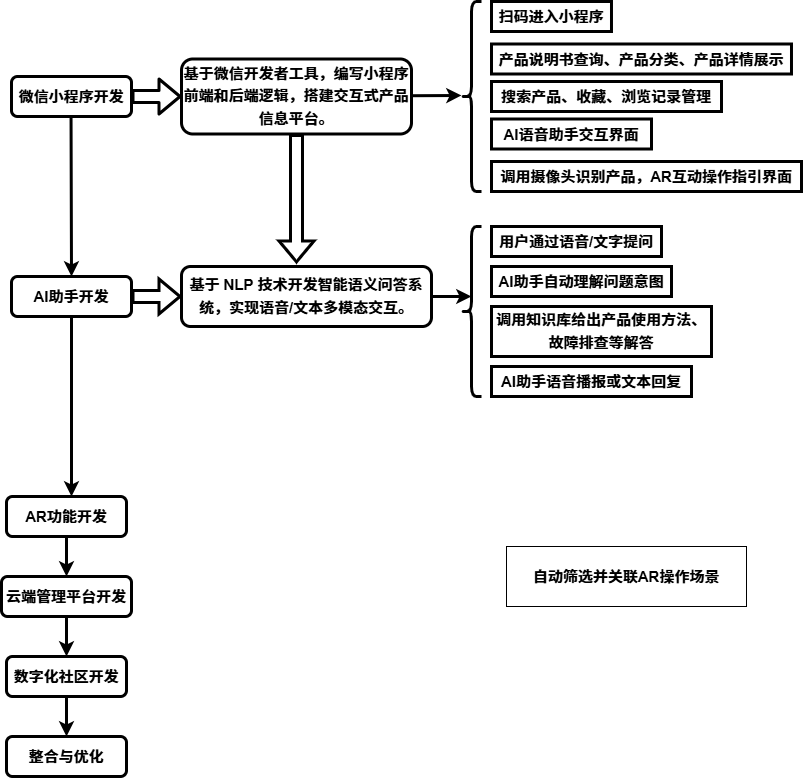
This is 技术路线图.png from lpy817/-AI-, a draw.io export, as it was before one commit. Source tidied: cells renumbered, new cells last; positions are measured from the earlier drawing's top-left corner, leaving out a move shared by most shapes.
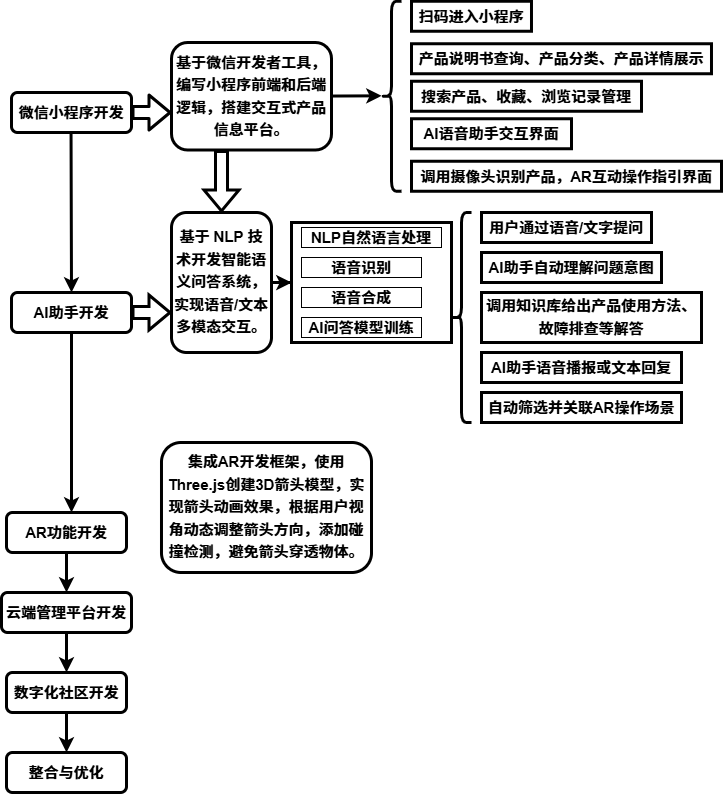
The same diagram one commit later.

Commit message:
更新技术路线图.png

The edit, as a diff of the source:
```diff
@@ -51,72 +51,89 @@
       <mxGeometry x="5" y="735" width="120" height="40" as="geometry" />
     </mxCell>
     <mxCell id="14" value="&lt;b&gt;&lt;font style=&quot;font-size: 15px; line-height: 150%;&quot;&gt;基于微信开发者工具，编写小程序前端和后端逻辑，搭建交互式产品信息平台。&lt;/font&gt;&lt;/b&gt;" style="rounded=1;whiteSpace=wrap;html=1;strokeWidth=3;labelBackgroundColor=none;" parent="1" vertex="1">
-      <mxGeometry x="180" y="57.5" width="230" height="75" as="geometry" />
+      <mxGeometry x="170" y="25" width="160" height="107.5" as="geometry" />
     </mxCell>
     <mxCell id="15" style="shape=curlyBracket;whiteSpace=wrap;html=1;rounded=1;labelPosition=left;verticalLabelPosition=middle;align=right;verticalAlign=middle;strokeWidth=3;labelBackgroundColor=none;" parent="1" vertex="1">
-      <mxGeometry x="460" width="20" height="190" as="geometry" />
+      <mxGeometry x="380" y="-16.2" width="20" height="190" as="geometry" />
     </mxCell>
     <mxCell id="16" style="shape=flexArrow;endArrow=classic;html=1;rounded=1;exitX=1;exitY=0.5;exitDx=0;exitDy=0;strokeWidth=3;labelBackgroundColor=none;fontColor=default;" parent="1" edge="1" source="2">
       <mxGeometry relative="1" as="geometry">
-        <mxPoint x="180" y="95" as="targetPoint" />
+        <mxPoint x="170" y="95" as="targetPoint" />
       </mxGeometry>
     </mxCell>
     <mxCell id="17" style="endArrow=classic;html=1;rounded=1;exitX=1;exitY=0.5;exitDx=0;exitDy=0;strokeWidth=3;labelBackgroundColor=none;fontColor=default;" parent="1" edge="1">
       <mxGeometry relative="1" as="geometry">
-        <mxPoint x="410" y="94.2" as="sourcePoint" />
-        <mxPoint x="460" y="94" as="targetPoint" />
+        <mxPoint x="330" y="78.5" as="sourcePoint" />
+        <mxPoint x="380" y="78.3" as="targetPoint" />
       </mxGeometry>
     </mxCell>
     <mxCell id="18" value="&lt;font style=&quot;font-size: 15px;&quot;&gt;&lt;b&gt;扫码进入小程序&lt;/b&gt;&lt;/font&gt;" style="whiteSpace=wrap;html=1;fillColor=none;strokeColor=default;strokeWidth=3;" parent="1" vertex="1">
-      <mxGeometry x="490" width="120" height="30" as="geometry" />
+      <mxGeometry x="410" y="-16.2" width="120" height="30" as="geometry" />
     </mxCell>
     <mxCell id="19" value="&lt;b&gt;&lt;font style=&quot;font-size: 15px;&quot;&gt;产品说明书查询、产品分类、产品详情展示&lt;/font&gt;&lt;/b&gt;" style="whiteSpace=wrap;html=1;fillColor=none;strokeColor=default;strokeWidth=3;" parent="1" vertex="1">
-      <mxGeometry x="490" y="42.5" width="300" height="30" as="geometry" />
+      <mxGeometry x="410" y="26.2" width="300" height="30" as="geometry" />
     </mxCell>
     <mxCell id="20" value="&lt;b&gt;&lt;font style=&quot;font-size: 15px;&quot;&gt;搜索产品、收藏、浏览记录管理&lt;/font&gt;&lt;/b&gt;" style="whiteSpace=wrap;html=1;fillColor=none;strokeColor=default;strokeWidth=3;" parent="1" vertex="1">
-      <mxGeometry x="490" y="80" width="230" height="30" as="geometry" />
+      <mxGeometry x="410" y="63.8" width="230" height="30" as="geometry" />
     </mxCell>
     <mxCell id="21" value="&lt;b&gt;&lt;font style=&quot;font-size: 15px;&quot;&gt;AI语音助手交互界面&lt;/font&gt;&lt;/b&gt;" style="whiteSpace=wrap;html=1;fillColor=none;strokeColor=default;strokeWidth=3;" parent="1" vertex="1">
-      <mxGeometry x="490" y="117.5" width="160" height="30" as="geometry" />
+      <mxGeometry x="410" y="101.2" width="160" height="30" as="geometry" />
     </mxCell>
     <mxCell id="22" value="&lt;b&gt;&lt;font style=&quot;font-size: 15px;&quot;&gt;调用摄像头识别产品，AR互动操作指引界面&lt;/font&gt;&lt;/b&gt;" style="whiteSpace=wrap;html=1;fillColor=none;strokeColor=default;strokeWidth=3;" parent="1" vertex="1">
-      <mxGeometry x="490" y="160" width="310" height="30" as="geometry" />
+      <mxGeometry x="410" y="143.8" width="310" height="30" as="geometry" />
     </mxCell>
     <mxCell id="23" style="shape=flexArrow;endArrow=classic;html=1;rounded=0;exitX=1;exitY=0.5;exitDx=0;exitDy=0;strokeWidth=3;" parent="1" edge="1" source="5">
       <mxGeometry relative="1" as="geometry">
-        <mxPoint x="180" y="295" as="targetPoint" />
+        <mxPoint x="170" y="295" as="targetPoint" />
       </mxGeometry>
     </mxCell>
+    <mxCell id="33" style="edgeStyle=orthogonalEdgeStyle;rounded=0;jettySize=auto;html=1;fontFamily=Helvetica;fontSize=15;fontColor=default;fontStyle=1;strokeWidth=3;" parent="1" edge="1" source="24" target="38">
+      <mxGeometry relative="1" as="geometry" />
+    </mxCell>
     <mxCell id="24" value="&lt;b&gt;&lt;font style=&quot;font-size: 15px; line-height: 150%;&quot;&gt;基于 NLP 技术开发智能语义问答系统，实现语音/文本多模态交互。&lt;/font&gt;&lt;/b&gt;" style="rounded=1;whiteSpace=wrap;html=1;strokeWidth=3;" parent="1" vertex="1">
-      <mxGeometry x="180" y="265" width="250" height="60" as="geometry" />
+      <mxGeometry x="170" y="195" width="100" height="140" as="geometry" />
     </mxCell>
-    <mxCell id="25" style="shape=flexArrow;endArrow=classic;html=1;rounded=0;exitX=0.5;exitY=1;exitDx=0;exitDy=0;strokeWidth=3;" parent="1" edge="1" source="14">
+    <mxCell id="25" style="shape=flexArrow;endArrow=classic;html=1;rounded=0;exitX=0.5;exitY=1;exitDx=0;exitDy=0;strokeWidth=3;" parent="1" edge="1">
       <mxGeometry relative="1" as="geometry">
-        <mxPoint x="295" y="262" as="targetPoint" />
+        <mxPoint x="220" y="132.5" as="sourcePoint" />
+        <mxPoint x="220" y="195" as="targetPoint" />
       </mxGeometry>
     </mxCell>
-    <mxCell id="26" style="endArrow=classic;html=1;rounded=0;exitX=1;exitY=0.5;exitDx=0;exitDy=0;strokeWidth=3;" parent="1" edge="1" source="24">
-      <mxGeometry relative="1" as="geometry">
-        <mxPoint x="470" y="295" as="targetPoint" />
-      </mxGeometry>
-    </mxCell>
     <mxCell id="27" value="用户通过语音/文字提问" style="whiteSpace=wrap;html=1;fontStyle=1;fontSize=15;fillColor=none;strokeColor=default;strokeWidth=3;" parent="1" vertex="1">
-      <mxGeometry x="490" y="225" width="170" height="30" as="geometry" />
+      <mxGeometry x="480" y="195" width="170" height="30" as="geometry" />
     </mxCell>
     <mxCell id="28" value="AI助手自动理解问题意图" style="whiteSpace=wrap;html=1;direction=west;fontSize=15;fontStyle=1;fillColor=none;strokeColor=default;strokeWidth=3;" parent="1" vertex="1">
-      <mxGeometry x="490" y="265" width="180" height="30" as="geometry" />
+      <mxGeometry x="480" y="235" width="180" height="30" as="geometry" />
     </mxCell>
     <mxCell id="29" value="&lt;div style=&quot;line-height: 150%;&quot;&gt;调用知识库给出产品使用方法、故障排查等解答&lt;/div&gt;" style="whiteSpace=wrap;html=1;fontStyle=1;fontSize=15;fillColor=none;strokeColor=default;strokeWidth=3;" parent="1" vertex="1">
-      <mxGeometry x="490" y="305" width="220" height="50" as="geometry" />
+      <mxGeometry x="480" y="275" width="220" height="50" as="geometry" />
     </mxCell>
     <mxCell id="30" value="&lt;br&gt;AI助手语音播报或文本回复&lt;div&gt;&lt;br&gt;&lt;/div&gt;" style="whiteSpace=wrap;html=1;fontStyle=1;fontSize=15;fillColor=none;strokeColor=default;strokeWidth=3;align=center;" parent="1" vertex="1">
-      <mxGeometry x="490" y="365" width="200" height="30" as="geometry" />
+      <mxGeometry x="480" y="335" width="200" height="30" as="geometry" />
     </mxCell>
-    <mxCell id="31" value="&lt;b&gt;&lt;font style=&quot;font-size: 15px;&quot;&gt;自动筛选并关联AR操作场景&lt;/font&gt;&lt;/b&gt;" style="whiteSpace=wrap;html=1;" parent="1" vertex="1">
-      <mxGeometry x="505" y="545" width="240" height="60" as="geometry" />
+    <mxCell id="31" value="&lt;b&gt;&lt;font style=&quot;font-size: 15px;&quot;&gt;自动筛选并关联AR操作场景&lt;/font&gt;&lt;/b&gt;" style="whiteSpace=wrap;html=1;strokeWidth=3;" parent="1" vertex="1">
+      <mxGeometry x="480" y="375" width="200" height="30" as="geometry" />
     </mxCell>
     <mxCell id="32" style="shape=curlyBracket;whiteSpace=wrap;html=1;rounded=1;labelPosition=left;verticalLabelPosition=middle;align=right;verticalAlign=middle;strokeColor=default;fontFamily=Helvetica;fontSize=15;fontColor=default;fontStyle=1;fillColor=default;strokeWidth=3;" parent="1" vertex="1">
-      <mxGeometry x="460" y="225" width="20" height="170" as="geometry" />
+      <mxGeometry x="450" y="195" width="20" height="210" as="geometry" />
     </mxCell>
+    <mxCell id="34" value="&lt;div style=&quot;text-align: left;&quot;&gt;NLP自然语言处理&lt;/div&gt;" style="rounded=0;whiteSpace=wrap;html=1;strokeColor=default;align=center;verticalAlign=middle;fontFamily=Helvetica;fontSize=15;fontColor=default;fontStyle=1;fillColor=default;strokeWidth=1;" parent="1" vertex="1">
+      <mxGeometry x="300" y="210" width="140" height="20" as="geometry" />
+    </mxCell>
+    <mxCell id="35" value="语音识别" style="whiteSpace=wrap;html=1;strokeColor=default;align=center;verticalAlign=middle;fontFamily=Helvetica;fontSize=15;fontColor=default;fontStyle=1;fillColor=default;strokeWidth=1;" parent="1" vertex="1">
+      <mxGeometry x="300" y="240" width="120" height="20" as="geometry" />
+    </mxCell>
+    <mxCell id="36" value="&lt;font&gt;语音合成&lt;/font&gt;" style="whiteSpace=wrap;html=1;strokeColor=default;strokeWidth=1;align=center;verticalAlign=middle;fontFamily=Helvetica;fontSize=15;fontColor=default;fontStyle=1;fillColor=default;" parent="1" vertex="1">
+      <mxGeometry x="300" y="270" width="120" height="20" as="geometry" />
+    </mxCell>
+    <mxCell id="37" value="AI问答模型训练" style="whiteSpace=wrap;html=1;strokeColor=default;strokeWidth=1;align=center;verticalAlign=middle;fontFamily=Helvetica;fontSize=15;fontColor=default;fontStyle=1;fillColor=default;" parent="1" vertex="1">
+      <mxGeometry x="300" y="300" width="120" height="20" as="geometry" />
+    </mxCell>
+    <mxCell id="38" style="rounded=0;whiteSpace=wrap;html=1;strokeColor=default;strokeWidth=3;align=center;verticalAlign=middle;fontFamily=Helvetica;fontSize=15;fontColor=default;fontStyle=1;fillColor=none;" parent="1" vertex="1">
+      <mxGeometry x="290" y="205" width="160" height="120" as="geometry" />
+    </mxCell>
+    <mxCell id="39" value="&lt;div style=&quot;line-height: 150%;&quot;&gt;集成AR开发框架，使用Three.js创建3D箭头模型，实现箭头动画效果，根据用户视角动态调整箭头方向，添加碰撞检测，避免箭头穿透物体。&lt;/div&gt;" style="rounded=1;whiteSpace=wrap;html=1;strokeColor=default;strokeWidth=3;align=center;verticalAlign=middle;fontFamily=Helvetica;fontSize=15;fontColor=default;fontStyle=1;fillColor=default;" parent="1" vertex="1">
+      <mxGeometry x="160" y="425" width="210" height="130" as="geometry" />
+    </mxCell>
   </root>
 </mxGraphModel>
```
